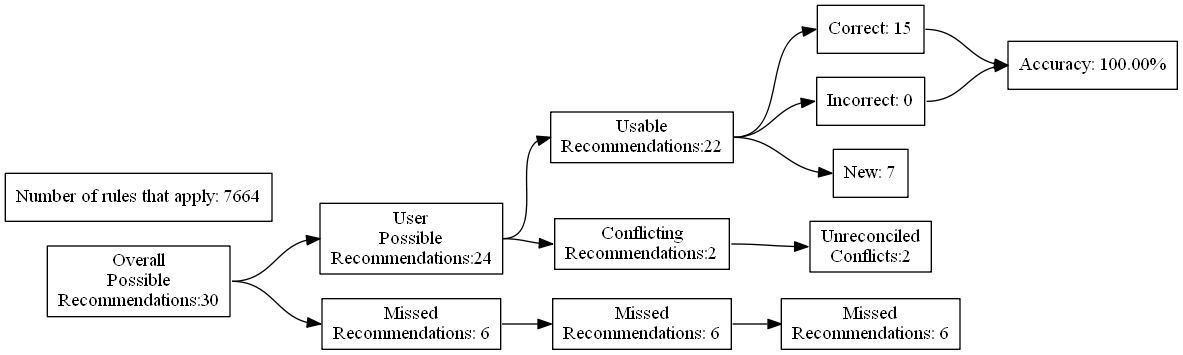
Earlier version of the Graphviz export test_renders/22.gv.png (ZaxR/ibd_diet_analysis). Its source is kept beside it as test_renders/22.gv.
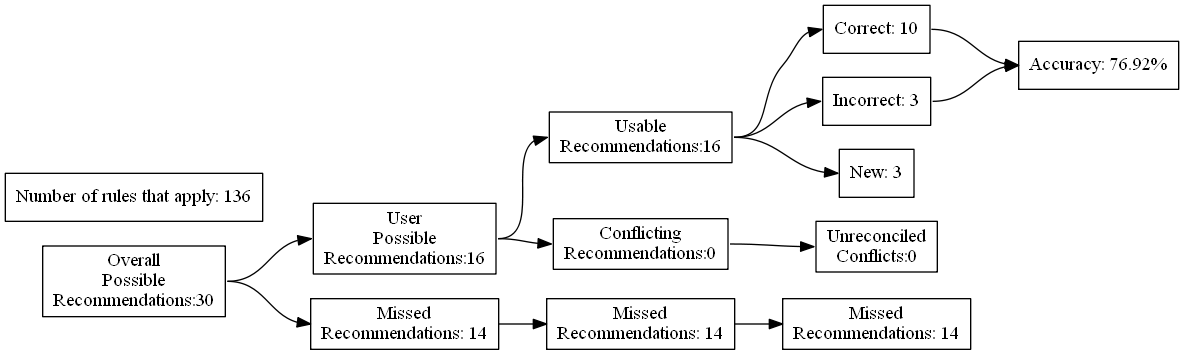
Above is the later version.

The edit, as a diff of the source:
```diff
@@ -7,24 +7,24 @@
 Recommendations:30"]
 		B [label="User
 Possible
-Recommendations:24"]
+Recommendations:16"]
 		C [label="Missed
-Recommendations: 6"]
+Recommendations: 14"]
 		D [label="Usable
-Recommendations:22"]
+Recommendations:16"]
 		E [label="Conflicting
-Recommendations:2"]
+Recommendations:0"]
 		J [label="Missed
-Recommendations: 6"]
+Recommendations: 14"]
 		M [label="Unreconciled
-Conflicts:2"]
-		F [label="Correct: 15"]
-		G [label="Incorrect: 0"]
-		H [label="New: 7"]
+Conflicts:0"]
+		F [label="Correct: 10"]
+		G [label="Incorrect: 3"]
+		H [label="New: 3"]
 		K [label="Missed
-Recommendations: 6"]
-		I [label="Accuracy: 100.00%"]
-		l [label="Number of rules that apply: 7664"]
+Recommendations: 14"]
+		I [label="Accuracy: 76.92%"]
+		l [label="Number of rules that apply: 136"]
 			A -> B
 			A -> C
 			B -> D
```
